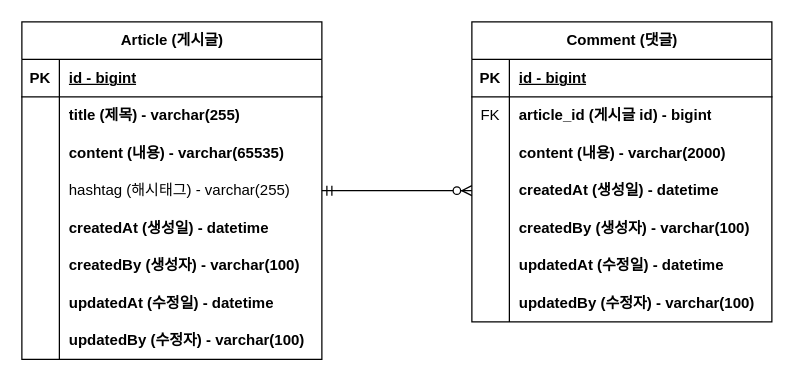
Before: docs/simple-board-erd.drawio in maximum-zero/simple-board, a draw.io diagram. Source tidied: cells renumbered, new cells numbered last; positions are measured from the earlier drawing's top-left corner, leaving out a move shared by most shapes. Both pictures are drawn from the tidied source at 125%, with x=0, y=0 at pixel (21, 21).
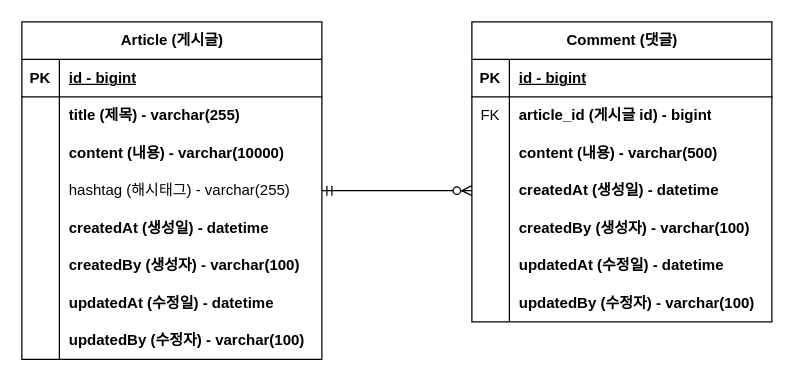
The same page after the edit.

Unchanged cells that the change refers to:
```xml
<mxCell id="9" style="shape=tableRow;horizontal=0;startSize=0;swimlaneHead=0;swimlaneBody=0;fillColor=none;top=0;left=0;right=0;bottom=0;" parent="2" vertex="1">
  <mxGeometry y="90" width="240" height="30" as="geometry" />
</mxCell>
<mxCell id="34" style="shape=tableRow;horizontal=0;startSize=0;swimlaneHead=0;swimlaneBody=0;fillColor=none;top=0;left=0;right=0;bottom=0;" parent="27" vertex="1">
  <mxGeometry y="90" width="240" height="30" as="geometry" />
</mxCell>
```

The edit, as a diff of the source:
```diff
@@
-    <mxCell id="11" value="content (내용) - varchar(65535)" style="shape=partialRectangle;fillColor=none;top=0;left=0;bottom=0;right=0;align=left;spacingLeft=6;overflow=hidden;whiteSpace=wrap;html=1;fontStyle=1;" parent="9" vertex="1">
+    <mxCell id="11" value="content (내용) - varchar(10000)" style="shape=partialRectangle;fillColor=none;top=0;left=0;bottom=0;right=0;align=left;spacingLeft=6;overflow=hidden;whiteSpace=wrap;html=1;fontStyle=1;" parent="9" vertex="1">
       <mxGeometry x="30" width="210" height="30" as="geometry" />
     </mxCell>
@@
-    <mxCell id="36" value="content (내용) - varchar(2000)" style="shape=partialRectangle;fillColor=none;top=0;left=0;bottom=0;right=0;align=left;spacingLeft=6;overflow=hidden;whiteSpace=wrap;html=1;fontStyle=1;" parent="34" vertex="1">
+    <mxCell id="36" value="content (내용) - varchar(500)" style="shape=partialRectangle;fillColor=none;top=0;left=0;bottom=0;right=0;align=left;spacingLeft=6;overflow=hidden;whiteSpace=wrap;html=1;fontStyle=1;" parent="34" vertex="1">
       <mxGeometry x="30" width="210" height="30" as="geometry" />
     </mxCell>
```
